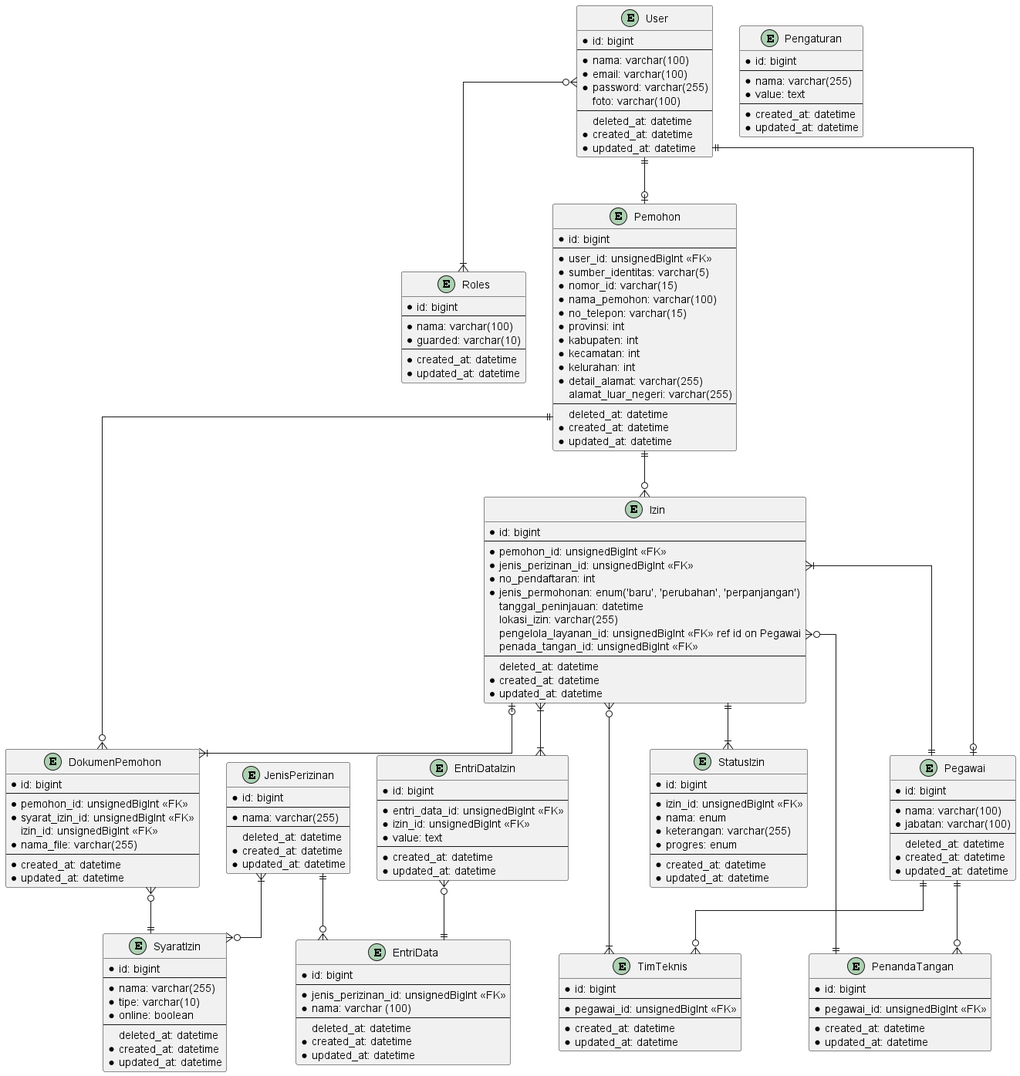
Before: docs/diagrams/out/pmptsp.png, a diagram exported from PlantUML (maleolabs/nest-nestara-web).
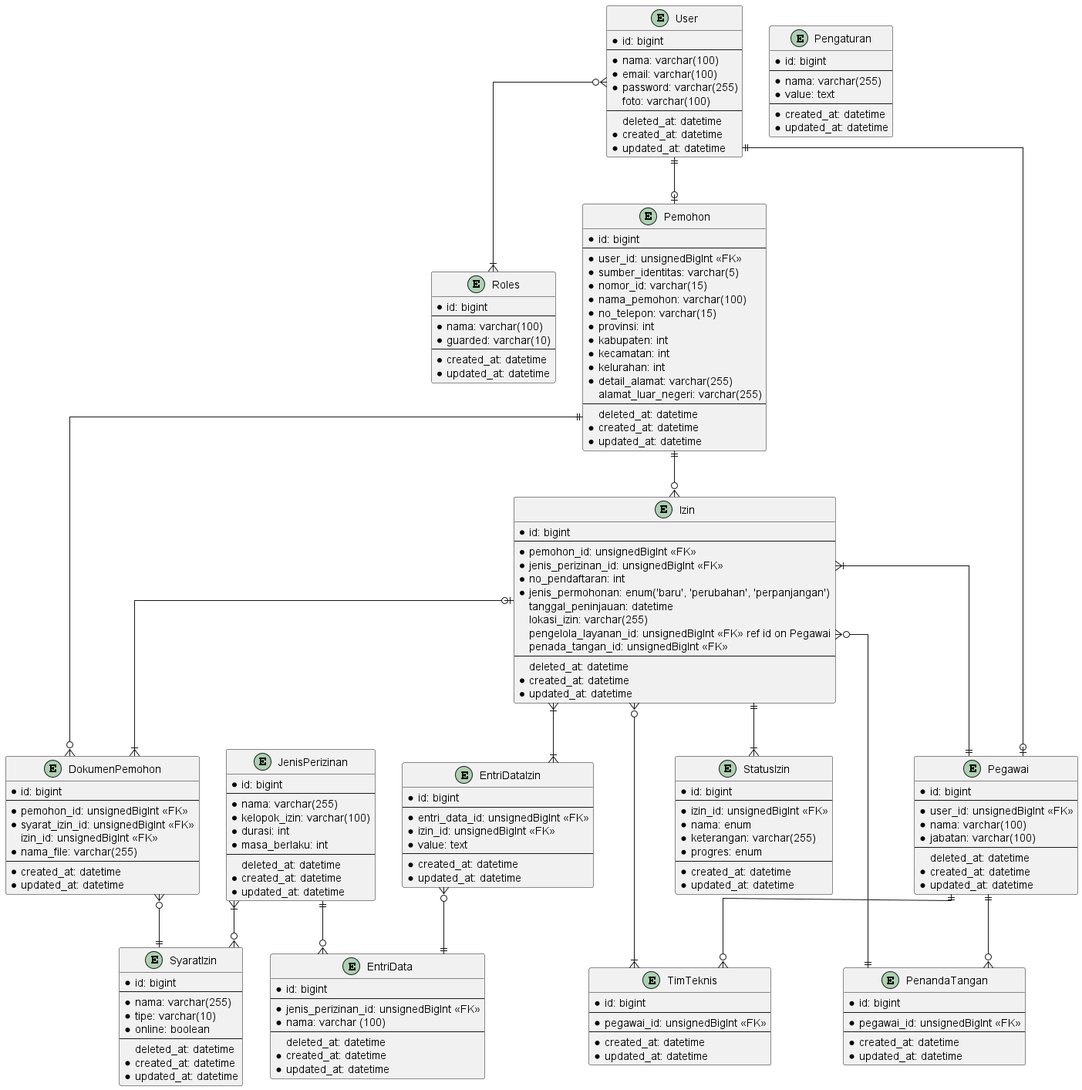
After the change.

Diff of the diagram source:
```diff
@@ -28,6 +28,7 @@
 entity Pegawai {
     * id: bigint
     --
+    * user_id: unsignedBigInt <<FK>>
     * nama: varchar(100)
     * jabatan: varchar(100)
     --
@@ -78,6 +79,9 @@
     * id: bigint
     --
     * nama: varchar(255)
+    * kelopok_izin: varchar(100)
+    * durasi: int
+    * masa_berlaku: int
     --
       deleted_at: datetime
     * created_at: datetime
```
